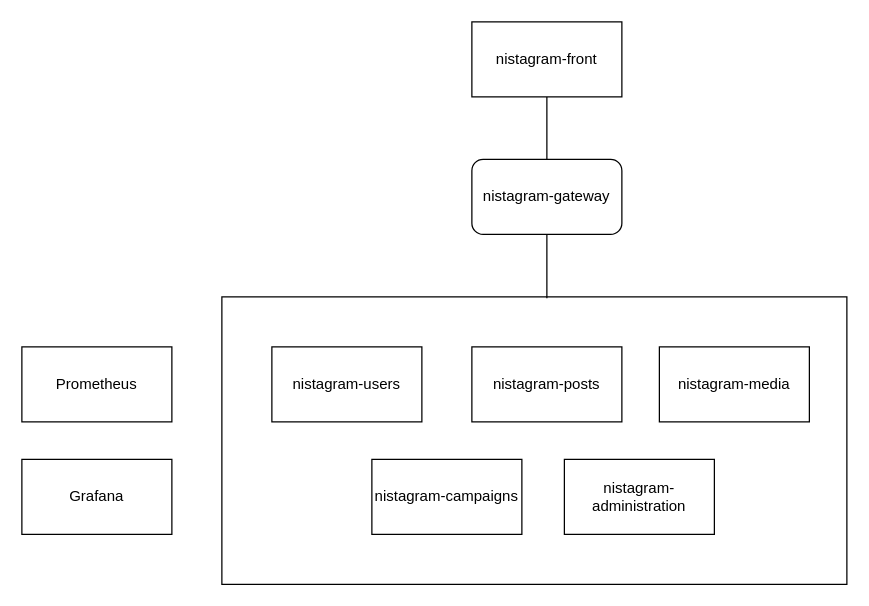
Nistagram-Organization/nistagram-infrastructure keeps this draw.io diagram as infrastructure/nistagram-infrastructure.drawio. Above is the earlier version. Source tidied: cells renumbered, new cells numbered last; positions are measured from the earlier drawing's top-left corner, leaving out a move shared by most shapes. Both pictures are drawn from the tidied source at 125%, with x=0, y=0 at pixel (21, 21).
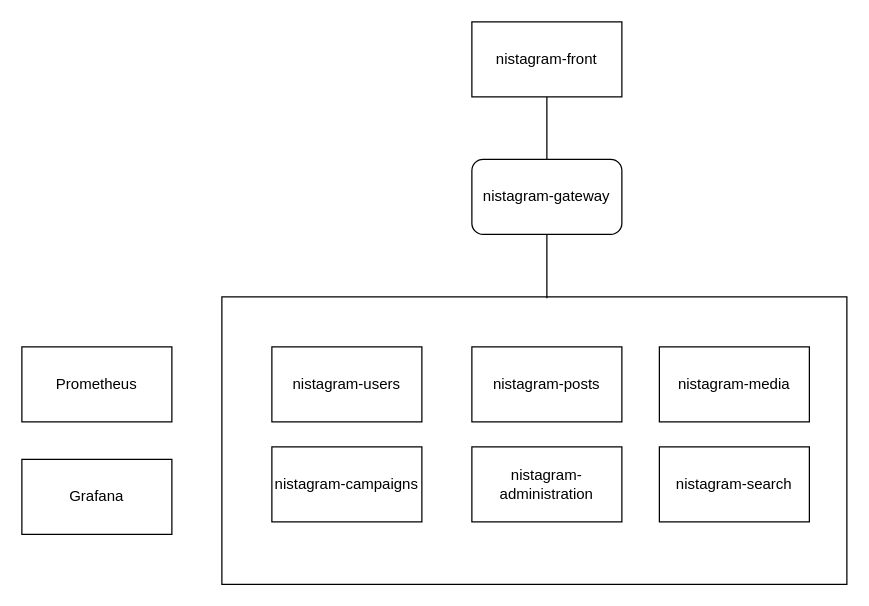
After the change.

What changed in the source:
```diff
@@
 <mxGraphModel>
   <root>
     <mxCell id="0" />
     <mxCell id="1" parent="0" />
     <mxCell id="2" style="rounded=0;whiteSpace=wrap;html=1;" parent="1" vertex="1">
       <mxGeometry x="160" y="220" width="500" height="230" as="geometry" />
     </mxCell>
     <mxCell id="3" value="nistagram-front" style="rounded=0;whiteSpace=wrap;html=1;" parent="1" vertex="1">
       <mxGeometry x="360" width="120" height="60" as="geometry" />
     </mxCell>
     <mxCell id="4" value="nistagram-gateway" style="rounded=1;whiteSpace=wrap;html=1;" parent="1" vertex="1">
       <mxGeometry x="360" y="110" width="120" height="60" as="geometry" />
     </mxCell>
     <mxCell id="5" value="nistagram-users" style="rounded=0;whiteSpace=wrap;html=1;" parent="1" vertex="1">
       <mxGeometry x="200" y="260" width="120" height="60" as="geometry" />
     </mxCell>
     <mxCell id="6" value="nistagram-posts" style="rounded=0;whiteSpace=wrap;html=1;" parent="1" vertex="1">
       <mxGeometry x="360" y="260" width="120" height="60" as="geometry" />
     </mxCell>
     <mxCell id="7" value="nistagram-media" style="rounded=0;whiteSpace=wrap;html=1;" parent="1" vertex="1">
       <mxGeometry x="510" y="260" width="120" height="60" as="geometry" />
     </mxCell>
     <mxCell id="8" value="nistagram-campaigns" style="rounded=0;whiteSpace=wrap;html=1;" parent="1" vertex="1">
-      <mxGeometry x="280" y="350" width="120" height="60" as="geometry" />
+      <mxGeometry x="200" y="340" width="120" height="60" as="geometry" />
     </mxCell>
     <mxCell id="9" value="nistagram-administration" style="rounded=0;whiteSpace=wrap;html=1;" parent="1" vertex="1">
-      <mxGeometry x="434" y="350" width="120" height="60" as="geometry" />
+      <mxGeometry x="360" y="340" width="120" height="60" as="geometry" />
     </mxCell>
     <mxCell id="10" value="Prometheus" style="rounded=0;whiteSpace=wrap;html=1;" parent="1" vertex="1">
       <mxGeometry y="260" width="120" height="60" as="geometry" />
     </mxCell>
     <mxCell id="11" value="Grafana" style="rounded=0;whiteSpace=wrap;html=1;" parent="1" vertex="1">
       <mxGeometry y="350" width="120" height="60" as="geometry" />
     </mxCell>
     <mxCell id="12" style="endArrow=none;html=1;strokeColor=#000000;entryX=0.5;entryY=1;entryDx=0;entryDy=0;" parent="1" edge="1" target="4">
       <mxGeometry relative="1" as="geometry">
         <mxPoint x="420" y="221" as="sourcePoint" />
       </mxGeometry>
     </mxCell>
     <mxCell id="13" style="endArrow=none;html=1;strokeColor=#000000;entryX=0.5;entryY=1;entryDx=0;entryDy=0;" parent="1" edge="1" target="3">
       <mxGeometry relative="1" as="geometry">
         <mxPoint x="420" y="110" as="sourcePoint" />
       </mxGeometry>
     </mxCell>
+    <mxCell id="14" value="nistagram-search" style="rounded=0;whiteSpace=wrap;html=1;" parent="1" vertex="1">
+      <mxGeometry x="510" y="340" width="120" height="60" as="geometry" />
+    </mxCell>
   </root>
 </mxGraphModel>
```
